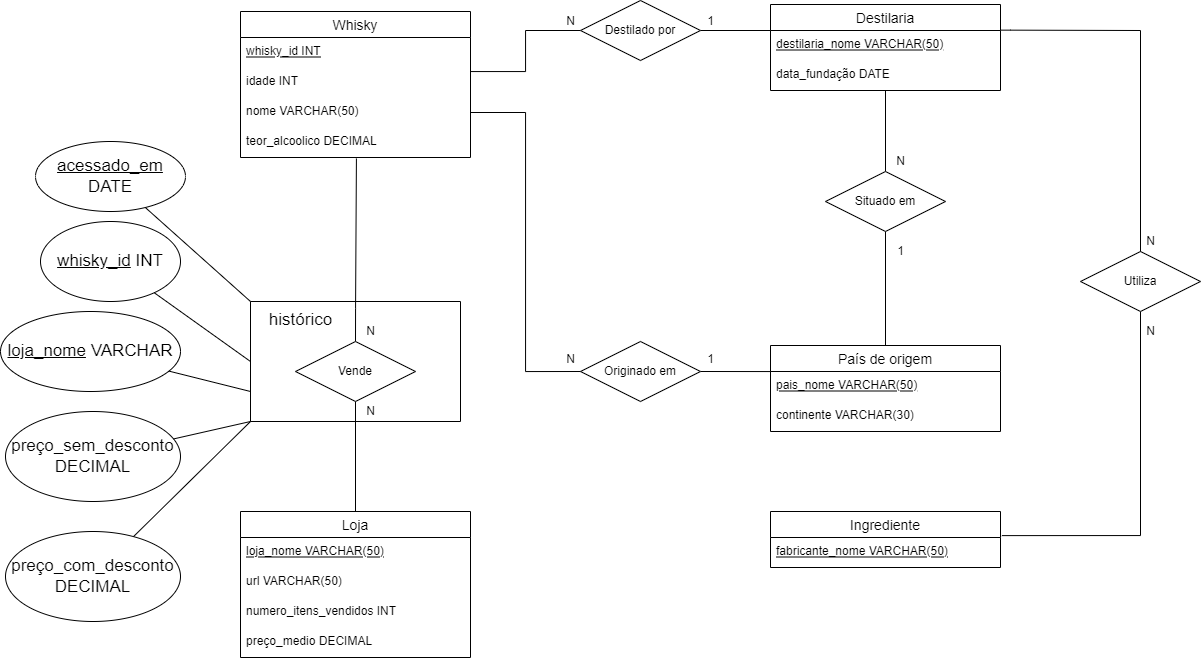
The draw.io diagram diagrama-ER.png in felipedallmann/Trabalho_Banco_de_Dados, before a commit. Source tidied: cells renumbered, new cells last; positions are measured from the earlier drawing's top-left corner, leaving out a move shared by most shapes.
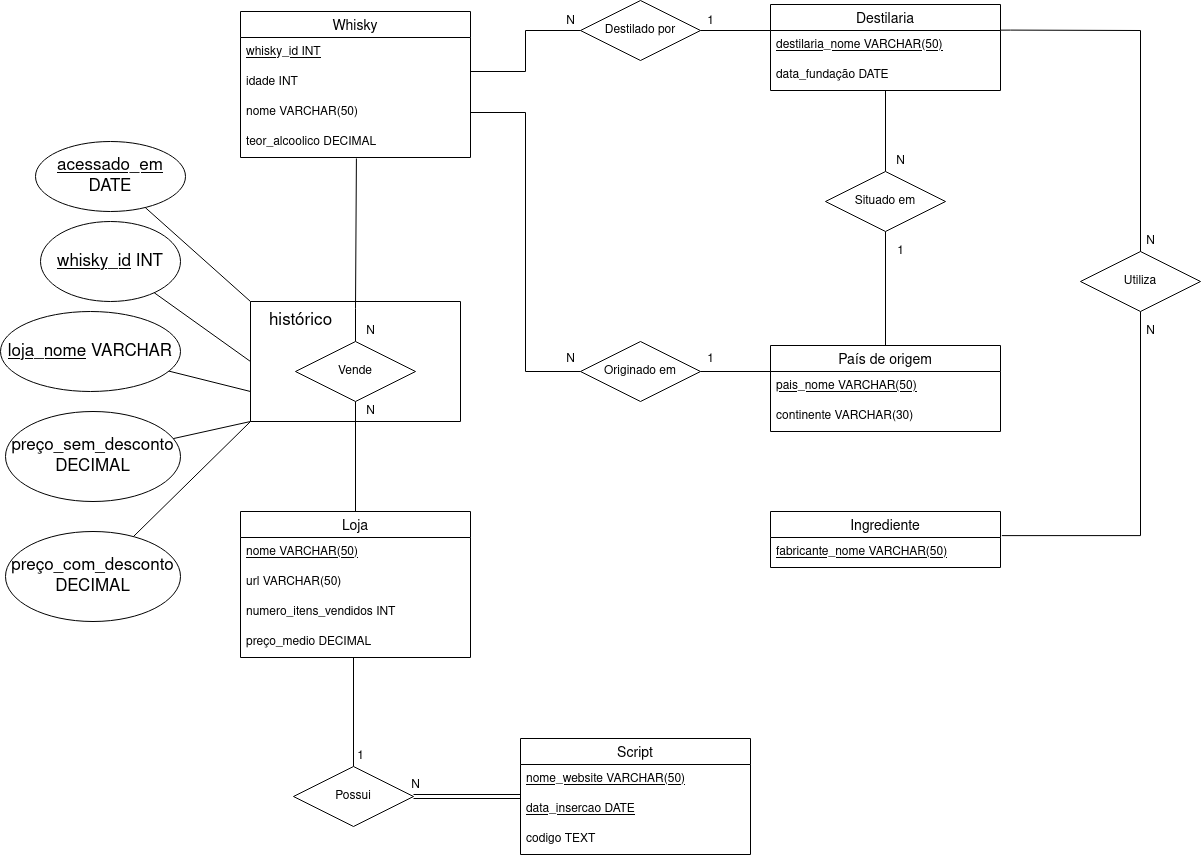
After the commit.

Change to the diagram source:
```diff
@@ -68,7 +68,7 @@
     <mxCell id="20" value="Loja" style="swimlane;fontStyle=0;horizontal=1;startSize=26;align=center;fontSize=14;" parent="1" vertex="1">
       <mxGeometry x="240" y="511" width="230" height="146" as="geometry" />
     </mxCell>
-    <mxCell id="21" value="loja_nome VARCHAR(50)" style="text;strokeColor=none;fillColor=none;spacingLeft=4;spacingRight=4;overflow=hidden;fontSize=12;fontStyle=4;" parent="20" vertex="1">
+    <mxCell id="21" value="nome VARCHAR(50)" style="text;strokeColor=none;fillColor=none;spacingLeft=4;spacingRight=4;overflow=hidden;fontSize=12;fontStyle=4;" parent="20" vertex="1">
       <mxGeometry y="26" width="230" height="30" as="geometry" />
     </mxCell>
     <mxCell id="22" value="url VARCHAR(50)" style="text;strokeColor=none;fillColor=none;spacingLeft=4;spacingRight=4;overflow=hidden;fontSize=12;fontStyle=0;" parent="20" vertex="1">
@@ -196,5 +196,38 @@
     <mxCell id="56" style="endArrow=none;html=1;rounded=0;fontSize=17;entryX=0;entryY=1;entryDx=0;entryDy=0;" parent="1" edge="1" source="54" target="45">
       <mxGeometry relative="1" as="geometry" />
     </mxCell>
+    <mxCell id="57" value="Script" style="swimlane;fontStyle=0;horizontal=1;startSize=26;align=center;fontSize=14;" parent="1" vertex="1">
+      <mxGeometry x="520" y="738" width="230" height="116" as="geometry" />
+    </mxCell>
+    <mxCell id="58" value="nome_website VARCHAR(50)" style="text;strokeColor=none;fillColor=none;spacingLeft=4;spacingRight=4;overflow=hidden;fontSize=12;fontStyle=4;" parent="57" vertex="1">
+      <mxGeometry y="26" width="230" height="30" as="geometry" />
+    </mxCell>
+    <mxCell id="59" value="data_insercao DATE" style="text;strokeColor=none;fillColor=none;spacingLeft=4;spacingRight=4;overflow=hidden;fontSize=12;fontStyle=4;" parent="57" vertex="1">
+      <mxGeometry y="56" width="230" height="30" as="geometry" />
+    </mxCell>
+    <mxCell id="60" value="codigo TEXT" style="text;strokeColor=none;fillColor=none;spacingLeft=4;spacingRight=4;overflow=hidden;fontSize=12;fontStyle=0;" parent="57" vertex="1">
+      <mxGeometry y="86" width="230" height="30" as="geometry" />
+    </mxCell>
+    <mxCell id="61" style="edgeStyle=orthogonalEdgeStyle;rounded=0;jettySize=auto;html=1;exitX=0.5;exitY=0;exitDx=0;exitDy=0;endArrow=none;endFill=0;" parent="1" edge="1" source="63" target="24">
+      <mxGeometry relative="1" as="geometry">
+        <Array as="points">
+          <mxPoint x="353" y="766" />
+        </Array>
+      </mxGeometry>
+    </mxCell>
+    <mxCell id="62" style="edgeStyle=orthogonalEdgeStyle;rounded=0;jettySize=auto;html=1;exitX=1;exitY=0.5;exitDx=0;exitDy=0;endArrow=none;endFill=0;shape=link;" parent="1" edge="1" source="63">
+      <mxGeometry relative="1" as="geometry">
+        <mxPoint x="520" y="796" as="targetPoint" />
+      </mxGeometry>
+    </mxCell>
+    <mxCell id="63" value="Possui" style="shape=rhombus;perimeter=rhombusPerimeter;whiteSpace=wrap;html=1;align=center;" parent="1" vertex="1">
+      <mxGeometry x="293" y="766" width="120" height="60" as="geometry" />
+    </mxCell>
+    <mxCell id="64" value="N" style="text;html=1;align=center;verticalAlign=middle;strokeColor=none;fillColor=none;" parent="1" vertex="1">
+      <mxGeometry x="405" y="775" width="20" height="20" as="geometry" />
+    </mxCell>
+    <mxCell id="65" value="1" style="text;html=1;align=center;verticalAlign=middle;strokeColor=none;fillColor=none;" parent="1" vertex="1">
+      <mxGeometry x="350" y="746" width="20" height="20" as="geometry" />
+    </mxCell>
   </root>
 </mxGraphModel>
```
